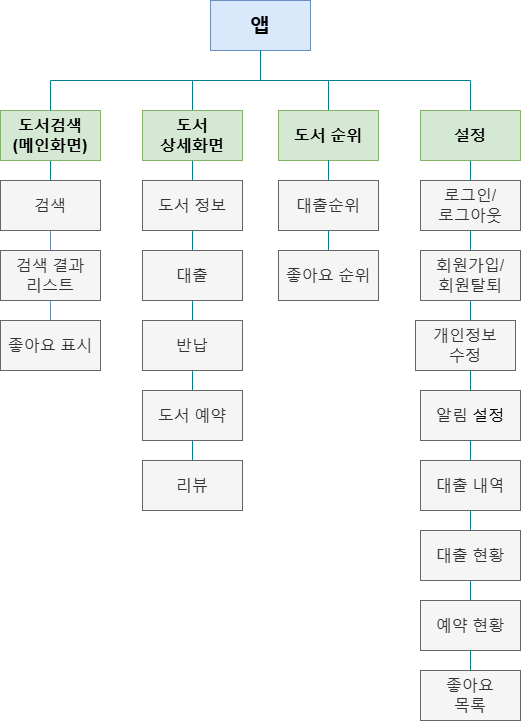
The draw.io diagram Docs/도서관리_IA.png in minjuKwon/library-app, before a commit. Source tidied: cells renumbered, new cells last; positions are measured from the earlier drawing's top-left corner, leaving out a move shared by most shapes. Its diagram source:
```xml
<mxGraphModel>
  <root>
    <mxCell id="0" />
    <mxCell id="1" parent="0" />
    <mxCell id="2" value="&lt;b&gt;&lt;font style=&quot;font-size: 20px;&quot;&gt;앱&lt;/font&gt;&lt;/b&gt;" style="rounded=0;whiteSpace=wrap;html=1;fillColor=#dae8fc;strokeColor=#6c8ebf;" parent="1" vertex="1">
      <mxGeometry x="210" width="100" height="50" as="geometry" />
    </mxCell>
    <mxCell id="3" style="edgeStyle=orthogonalEdgeStyle;rounded=0;jettySize=auto;html=1;strokeColor=#028090;fontColor=#E4FDE1;fillColor=#F45B69;endArrow=none;startFill=0;" parent="1" edge="1" source="4" target="19">
      <mxGeometry relative="1" as="geometry" />
    </mxCell>
    <mxCell id="4" value="&lt;b style=&quot;&quot;&gt;&lt;font style=&quot;font-size: 16px;&quot;&gt;도서검색&lt;br&gt;(메인화면)&lt;/font&gt;&lt;/b&gt;" style="rounded=0;whiteSpace=wrap;html=1;fillColor=#d5e8d4;strokeColor=#82b366;" parent="1" vertex="1">
      <mxGeometry y="110" width="100" height="50" as="geometry" />
    </mxCell>
    <mxCell id="5" style="edgeStyle=orthogonalEdgeStyle;rounded=0;jettySize=auto;html=1;strokeColor=#028090;fontColor=#E4FDE1;fillColor=#F45B69;endArrow=none;startFill=0;" parent="1" edge="1" source="7" target="16">
      <mxGeometry relative="1" as="geometry" />
    </mxCell>
    <mxCell id="6" style="edgeStyle=orthogonalEdgeStyle;rounded=0;jettySize=auto;html=1;strokeColor=#028090;fontColor=#E4FDE1;fillColor=#F45B69;endArrow=none;startFill=0;" parent="1" edge="1" source="7" target="2">
      <mxGeometry relative="1" as="geometry" />
    </mxCell>
    <mxCell id="7" value="&lt;span style=&quot;font-size: 16px;&quot;&gt;&lt;b&gt;도서 &lt;br&gt;상세화면&lt;/b&gt;&lt;/span&gt;" style="rounded=0;whiteSpace=wrap;html=1;fillColor=#d5e8d4;strokeColor=#82b366;" parent="1" vertex="1">
      <mxGeometry x="142" y="110" width="100" height="50" as="geometry" />
    </mxCell>
    <mxCell id="8" style="edgeStyle=orthogonalEdgeStyle;rounded=0;jettySize=auto;html=1;strokeColor=#028090;fontColor=#E4FDE1;fillColor=#F45B69;endArrow=none;startFill=0;" parent="1" edge="1" source="9" target="2">
      <mxGeometry relative="1" as="geometry" />
    </mxCell>
    <mxCell id="9" value="&lt;span style=&quot;font-size: 16px;&quot;&gt;&lt;b&gt;도서 순위&lt;/b&gt;&lt;/span&gt;" style="rounded=0;whiteSpace=wrap;html=1;fillColor=#d5e8d4;strokeColor=#82b366;" parent="1" vertex="1">
      <mxGeometry x="278" y="110" width="100" height="50" as="geometry" />
    </mxCell>
    <mxCell id="10" style="edgeStyle=orthogonalEdgeStyle;rounded=0;jettySize=auto;html=1;strokeColor=#028090;fontColor=#E4FDE1;fillColor=#F45B69;endArrow=none;startFill=0;" parent="1" edge="1" source="11">
      <mxGeometry relative="1" as="geometry">
        <mxPoint x="470" y="250" as="targetPoint" />
      </mxGeometry>
    </mxCell>
    <mxCell id="11" value="&lt;span style=&quot;font-size: 16px;&quot;&gt;&lt;b&gt;설정&lt;/b&gt;&lt;/span&gt;" style="rounded=0;whiteSpace=wrap;html=1;fillColor=#d5e8d4;strokeColor=#82b366;" parent="1" vertex="1">
      <mxGeometry x="420" y="110" width="100" height="50" as="geometry" />
    </mxCell>
    <mxCell id="12" value="&lt;span style=&quot;font-size: 16px;&quot;&gt;대출&lt;/span&gt;" style="rounded=0;whiteSpace=wrap;html=1;fillColor=#f5f5f5;fontColor=#333333;strokeColor=#666666;" parent="1" vertex="1">
      <mxGeometry x="142" y="250" width="100" height="50" as="geometry" />
    </mxCell>
    <mxCell id="13" style="edgeStyle=orthogonalEdgeStyle;rounded=0;jettySize=auto;html=1;strokeColor=#028090;fontColor=#E4FDE1;fillColor=#F45B69;endArrow=none;startFill=0;" parent="1" edge="1" source="15" target="16">
      <mxGeometry relative="1" as="geometry" />
    </mxCell>
    <mxCell id="14" style="edgeStyle=orthogonalEdgeStyle;rounded=0;jettySize=auto;html=1;strokeColor=#028090;fontColor=#E4FDE1;fillColor=#F45B69;endArrow=none;startFill=0;" parent="1" edge="1" source="15" target="17">
      <mxGeometry relative="1" as="geometry" />
    </mxCell>
    <mxCell id="15" value="&lt;span style=&quot;font-size: 16px;&quot;&gt;도서 예약&lt;/span&gt;" style="rounded=0;whiteSpace=wrap;html=1;fillColor=#f5f5f5;fontColor=#333333;strokeColor=#666666;" parent="1" vertex="1">
      <mxGeometry x="142" y="390" width="100" height="50" as="geometry" />
    </mxCell>
    <mxCell id="16" value="&lt;span style=&quot;font-size: 16px;&quot;&gt;반납&lt;/span&gt;" style="rounded=0;whiteSpace=wrap;html=1;fillColor=#f5f5f5;fontColor=#333333;strokeColor=#666666;" parent="1" vertex="1">
      <mxGeometry x="142" y="320" width="100" height="50" as="geometry" />
    </mxCell>
    <mxCell id="17" value="&lt;span style=&quot;font-size: 16px;&quot;&gt;리뷰&lt;/span&gt;" style="rounded=0;whiteSpace=wrap;html=1;fillColor=#f5f5f5;fontColor=#333333;strokeColor=#666666;" parent="1" vertex="1">
      <mxGeometry x="142" y="460" width="100" height="50" as="geometry" />
    </mxCell>
    <mxCell id="18" style="edgeStyle=orthogonalEdgeStyle;rounded=0;jettySize=auto;html=1;endArrow=none;startFill=0;fillColor=#dae8fc;strokeColor=#6c8ebf;" parent="1" edge="1" source="19" target="40">
      <mxGeometry relative="1" as="geometry" />
    </mxCell>
    <mxCell id="19" value="&lt;span style=&quot;font-size: 16px;&quot;&gt;검색&lt;/span&gt;" style="rounded=0;whiteSpace=wrap;html=1;fillColor=#f5f5f5;fontColor=#333333;strokeColor=#666666;" parent="1" vertex="1">
      <mxGeometry y="180" width="100" height="50" as="geometry" />
    </mxCell>
    <mxCell id="20" style="edgeStyle=orthogonalEdgeStyle;rounded=0;jettySize=auto;html=1;strokeColor=#028090;fontColor=#E4FDE1;fillColor=#F45B69;endArrow=none;startFill=0;" parent="1" edge="1" source="21" target="9">
      <mxGeometry relative="1" as="geometry" />
    </mxCell>
    <mxCell id="21" value="&lt;span style=&quot;font-size: 16px;&quot;&gt;대출순위&lt;/span&gt;" style="rounded=0;whiteSpace=wrap;html=1;fillColor=#f5f5f5;fontColor=#333333;strokeColor=#666666;" parent="1" vertex="1">
      <mxGeometry x="278" y="180" width="100" height="50" as="geometry" />
    </mxCell>
    <mxCell id="22" style="edgeStyle=orthogonalEdgeStyle;rounded=0;jettySize=auto;html=1;strokeColor=#028090;fontColor=#E4FDE1;fillColor=#F45B69;endArrow=none;startFill=0;" parent="1" edge="1" source="23" target="21">
      <mxGeometry relative="1" as="geometry" />
    </mxCell>
    <mxCell id="23" value="&lt;span style=&quot;font-size: 16px;&quot;&gt;좋아요 순위&lt;/span&gt;" style="rounded=0;whiteSpace=wrap;html=1;fillColor=#f5f5f5;fontColor=#333333;strokeColor=#666666;" parent="1" vertex="1">
      <mxGeometry x="278" y="250" width="100" height="50" as="geometry" />
    </mxCell>
    <mxCell id="24" value="&lt;span style=&quot;font-size: 16px;&quot;&gt;로그인/&lt;br&gt;로그아웃&lt;/span&gt;" style="rounded=0;whiteSpace=wrap;html=1;fillColor=#f5f5f5;fontColor=#333333;strokeColor=#666666;" parent="1" vertex="1">
      <mxGeometry x="420" y="180" width="100" height="50" as="geometry" />
    </mxCell>
    <mxCell id="25" style="edgeStyle=orthogonalEdgeStyle;rounded=0;jettySize=auto;html=1;strokeColor=#028090;fontColor=#E4FDE1;fillColor=#F45B69;endArrow=none;startFill=0;" parent="1" edge="1" source="26" target="28">
      <mxGeometry relative="1" as="geometry" />
    </mxCell>
    <mxCell id="26" value="&lt;span style=&quot;font-size: 16px;&quot;&gt;회원가입/&lt;br&gt;회원탈퇴&lt;/span&gt;" style="rounded=0;whiteSpace=wrap;html=1;fillColor=#f5f5f5;fontColor=#333333;strokeColor=#666666;" parent="1" vertex="1">
      <mxGeometry x="420" y="250" width="100" height="50" as="geometry" />
    </mxCell>
    <mxCell id="27" value="&lt;span style=&quot;font-size: 16px;&quot;&gt;개인정보&lt;/span&gt;&lt;div&gt;&lt;span style=&quot;font-size: 16px;&quot;&gt;수정&lt;/span&gt;&lt;/div&gt;" style="rounded=0;whiteSpace=wrap;html=1;fillColor=#f5f5f5;fontColor=#333333;strokeColor=#666666;" parent="1" vertex="1">
      <mxGeometry x="415" y="320" width="100" height="50" as="geometry" />
    </mxCell>
    <mxCell id="28" value="&lt;span style=&quot;font-size: 16px;&quot;&gt;알림&amp;nbsp;&lt;/span&gt;&lt;span style=&quot;font-size: 16px; background-color: transparent; color: light-dark(rgb(0, 0, 0), rgb(255, 255, 255));&quot;&gt;설정&lt;/span&gt;" style="rounded=0;whiteSpace=wrap;html=1;fillColor=#f5f5f5;fontColor=#333333;strokeColor=#666666;" parent="1" vertex="1">
      <mxGeometry x="420" y="390" width="100" height="50" as="geometry" />
    </mxCell>
    <mxCell id="29" style="edgeStyle=orthogonalEdgeStyle;rounded=0;jettySize=auto;html=1;strokeColor=#028090;fontColor=#E4FDE1;fillColor=#F45B69;endArrow=none;startFill=0;" parent="1" edge="1" source="31" target="28">
      <mxGeometry relative="1" as="geometry" />
    </mxCell>
    <mxCell id="30" style="edgeStyle=orthogonalEdgeStyle;rounded=0;jettySize=auto;html=1;strokeColor=#028090;fontColor=#E4FDE1;fillColor=#F45B69;endArrow=none;startFill=0;" parent="1" edge="1" source="31" target="33">
      <mxGeometry relative="1" as="geometry" />
    </mxCell>
    <mxCell id="31" value="&lt;span style=&quot;font-size: 16px;&quot;&gt;대출 내역&lt;/span&gt;" style="rounded=0;whiteSpace=wrap;html=1;fillColor=#f5f5f5;fontColor=#333333;strokeColor=#666666;" parent="1" vertex="1">
      <mxGeometry x="420" y="460" width="100" height="50" as="geometry" />
    </mxCell>
    <mxCell id="32" value="&lt;span style=&quot;font-size: 16px;&quot;&gt;대출 현황&lt;/span&gt;" style="rounded=0;whiteSpace=wrap;html=1;fillColor=#f5f5f5;fontColor=#333333;strokeColor=#666666;" parent="1" vertex="1">
      <mxGeometry x="420" y="530" width="100" height="50" as="geometry" />
    </mxCell>
    <mxCell id="33" value="&lt;span style=&quot;font-size: 16px;&quot;&gt;예약 현황&lt;/span&gt;" style="rounded=0;whiteSpace=wrap;html=1;fillColor=#f5f5f5;fontColor=#333333;strokeColor=#666666;" parent="1" vertex="1">
      <mxGeometry x="420" y="600" width="100" height="50" as="geometry" />
    </mxCell>
    <mxCell id="34" style="edgeStyle=orthogonalEdgeStyle;rounded=0;jettySize=auto;html=1;strokeColor=#028090;fontColor=#E4FDE1;fillColor=#F45B69;endArrow=none;startFill=0;" parent="1" edge="1" source="35" target="33">
      <mxGeometry relative="1" as="geometry" />
    </mxCell>
    <mxCell id="35" value="&lt;span style=&quot;font-size: 16px;&quot;&gt;좋아요 &lt;br&gt;목록&lt;/span&gt;" style="rounded=0;whiteSpace=wrap;html=1;fillColor=#f5f5f5;fontColor=#333333;strokeColor=#666666;" parent="1" vertex="1">
      <mxGeometry x="420" y="670" width="100" height="50" as="geometry" />
    </mxCell>
    <mxCell id="36" style="endArrow=none;html=1;rounded=0;strokeColor=#028090;fontColor=#E4FDE1;fillColor=#F45B69;" parent="1" edge="1">
      <mxGeometry relative="1" as="geometry">
        <mxPoint x="50" y="80" as="sourcePoint" />
        <mxPoint x="470" y="80" as="targetPoint" />
      </mxGeometry>
    </mxCell>
    <mxCell id="37" style="endArrow=none;html=1;rounded=0;strokeColor=#028090;fontColor=#E4FDE1;fillColor=#F45B69;exitX=0.5;exitY=0;exitDx=0;exitDy=0;" parent="1" edge="1" source="4">
      <mxGeometry relative="1" as="geometry">
        <mxPoint x="50" y="80" as="targetPoint" />
      </mxGeometry>
    </mxCell>
    <mxCell id="38" style="endArrow=none;html=1;rounded=0;strokeColor=#028090;fontColor=#E4FDE1;fillColor=#F45B69;entryX=0.5;entryY=0;entryDx=0;entryDy=0;" parent="1" edge="1" target="11">
      <mxGeometry relative="1" as="geometry">
        <mxPoint x="470" y="80" as="sourcePoint" />
      </mxGeometry>
    </mxCell>
    <mxCell id="39" value="&lt;span style=&quot;font-size: 16px;&quot;&gt;검색 결과 &lt;br&gt;리스트&lt;/span&gt;" style="rounded=0;whiteSpace=wrap;html=1;fillColor=#f5f5f5;fontColor=#333333;strokeColor=#666666;" parent="1" vertex="1">
      <mxGeometry y="250" width="100" height="50" as="geometry" />
    </mxCell>
    <mxCell id="40" value="&lt;span style=&quot;font-size: 16px;&quot;&gt;좋아요 표시&lt;/span&gt;" style="rounded=0;whiteSpace=wrap;html=1;fillColor=#f5f5f5;fontColor=#333333;strokeColor=#666666;" parent="1" vertex="1">
      <mxGeometry y="320" width="100" height="50" as="geometry" />
    </mxCell>
    <mxCell id="41" value="&lt;span style=&quot;font-size: 16px;&quot;&gt;도서 정보&lt;/span&gt;" style="rounded=0;whiteSpace=wrap;html=1;fillColor=#f5f5f5;fontColor=#333333;strokeColor=#666666;" parent="1" vertex="1">
      <mxGeometry x="142" y="180" width="100" height="50" as="geometry" />
    </mxCell>
  </root>
</mxGraphModel>
```
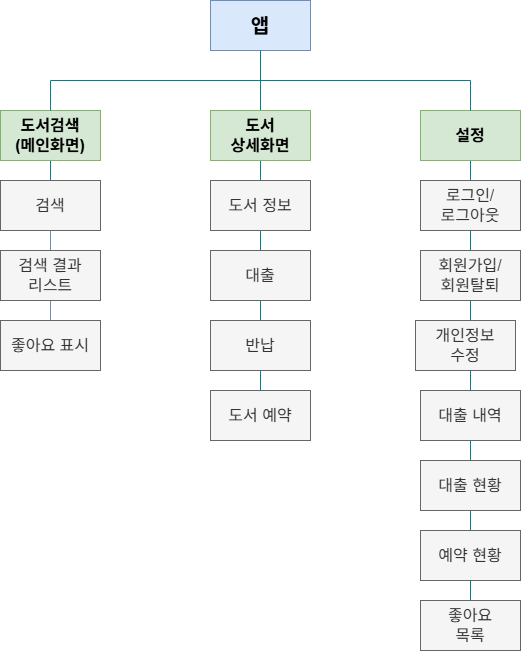
The same file after the commit.

The edit, as a diff of the source:
```diff
@@ -18,14 +18,8 @@
       <mxGeometry relative="1" as="geometry" />
     </mxCell>
     <mxCell id="7" value="&lt;span style=&quot;font-size: 16px;&quot;&gt;&lt;b&gt;도서 &lt;br&gt;상세화면&lt;/b&gt;&lt;/span&gt;" style="rounded=0;whiteSpace=wrap;html=1;fillColor=#d5e8d4;strokeColor=#82b366;" parent="1" vertex="1">
-      <mxGeometry x="142" y="110" width="100" height="50" as="geometry" />
+      <mxGeometry x="210" y="110" width="100" height="50" as="geometry" />
     </mxCell>
-    <mxCell id="8" style="edgeStyle=orthogonalEdgeStyle;rounded=0;jettySize=auto;html=1;strokeColor=#028090;fontColor=#E4FDE1;fillColor=#F45B69;endArrow=none;startFill=0;" parent="1" edge="1" source="9" target="2">
-      <mxGeometry relative="1" as="geometry" />
-    </mxCell>
-    <mxCell id="9" value="&lt;span style=&quot;font-size: 16px;&quot;&gt;&lt;b&gt;도서 순위&lt;/b&gt;&lt;/span&gt;" style="rounded=0;whiteSpace=wrap;html=1;fillColor=#d5e8d4;strokeColor=#82b366;" parent="1" vertex="1">
-      <mxGeometry x="278" y="110" width="100" height="50" as="geometry" />
-    </mxCell>
     <mxCell id="10" style="edgeStyle=orthogonalEdgeStyle;rounded=0;jettySize=auto;html=1;strokeColor=#028090;fontColor=#E4FDE1;fillColor=#F45B69;endArrow=none;startFill=0;" parent="1" edge="1" source="11">
       <mxGeometry relative="1" as="geometry">
         <mxPoint x="470" y="250" as="targetPoint" />
@@ -35,46 +29,30 @@
       <mxGeometry x="420" y="110" width="100" height="50" as="geometry" />
     </mxCell>
     <mxCell id="12" value="&lt;span style=&quot;font-size: 16px;&quot;&gt;대출&lt;/span&gt;" style="rounded=0;whiteSpace=wrap;html=1;fillColor=#f5f5f5;fontColor=#333333;strokeColor=#666666;" parent="1" vertex="1">
-      <mxGeometry x="142" y="250" width="100" height="50" as="geometry" />
+      <mxGeometry x="210" y="250" width="100" height="50" as="geometry" />
     </mxCell>
     <mxCell id="13" style="edgeStyle=orthogonalEdgeStyle;rounded=0;jettySize=auto;html=1;strokeColor=#028090;fontColor=#E4FDE1;fillColor=#F45B69;endArrow=none;startFill=0;" parent="1" edge="1" source="15" target="16">
       <mxGeometry relative="1" as="geometry" />
     </mxCell>
-    <mxCell id="14" style="edgeStyle=orthogonalEdgeStyle;rounded=0;jettySize=auto;html=1;strokeColor=#028090;fontColor=#E4FDE1;fillColor=#F45B69;endArrow=none;startFill=0;" parent="1" edge="1" source="15" target="17">
-      <mxGeometry relative="1" as="geometry" />
-    </mxCell>
     <mxCell id="15" value="&lt;span style=&quot;font-size: 16px;&quot;&gt;도서 예약&lt;/span&gt;" style="rounded=0;whiteSpace=wrap;html=1;fillColor=#f5f5f5;fontColor=#333333;strokeColor=#666666;" parent="1" vertex="1">
-      <mxGeometry x="142" y="390" width="100" height="50" as="geometry" />
+      <mxGeometry x="210" y="390" width="100" height="50" as="geometry" />
     </mxCell>
     <mxCell id="16" value="&lt;span style=&quot;font-size: 16px;&quot;&gt;반납&lt;/span&gt;" style="rounded=0;whiteSpace=wrap;html=1;fillColor=#f5f5f5;fontColor=#333333;strokeColor=#666666;" parent="1" vertex="1">
-      <mxGeometry x="142" y="320" width="100" height="50" as="geometry" />
+      <mxGeometry x="210" y="320" width="100" height="50" as="geometry" />
     </mxCell>
-    <mxCell id="17" value="&lt;span style=&quot;font-size: 16px;&quot;&gt;리뷰&lt;/span&gt;" style="rounded=0;whiteSpace=wrap;html=1;fillColor=#f5f5f5;fontColor=#333333;strokeColor=#666666;" parent="1" vertex="1">
-      <mxGeometry x="142" y="460" width="100" height="50" as="geometry" />
-    </mxCell>
     <mxCell id="18" style="edgeStyle=orthogonalEdgeStyle;rounded=0;jettySize=auto;html=1;endArrow=none;startFill=0;fillColor=#dae8fc;strokeColor=#6c8ebf;" parent="1" edge="1" source="19" target="40">
       <mxGeometry relative="1" as="geometry" />
     </mxCell>
     <mxCell id="19" value="&lt;span style=&quot;font-size: 16px;&quot;&gt;검색&lt;/span&gt;" style="rounded=0;whiteSpace=wrap;html=1;fillColor=#f5f5f5;fontColor=#333333;strokeColor=#666666;" parent="1" vertex="1">
       <mxGeometry y="180" width="100" height="50" as="geometry" />
     </mxCell>
-    <mxCell id="20" style="edgeStyle=orthogonalEdgeStyle;rounded=0;jettySize=auto;html=1;strokeColor=#028090;fontColor=#E4FDE1;fillColor=#F45B69;endArrow=none;startFill=0;" parent="1" edge="1" source="21" target="9">
-      <mxGeometry relative="1" as="geometry" />
-    </mxCell>
-    <mxCell id="21" value="&lt;span style=&quot;font-size: 16px;&quot;&gt;대출순위&lt;/span&gt;" style="rounded=0;whiteSpace=wrap;html=1;fillColor=#f5f5f5;fontColor=#333333;strokeColor=#666666;" parent="1" vertex="1">
-      <mxGeometry x="278" y="180" width="100" height="50" as="geometry" />
-    </mxCell>
-    <mxCell id="22" style="edgeStyle=orthogonalEdgeStyle;rounded=0;jettySize=auto;html=1;strokeColor=#028090;fontColor=#E4FDE1;fillColor=#F45B69;endArrow=none;startFill=0;" parent="1" edge="1" source="23" target="21">
-      <mxGeometry relative="1" as="geometry" />
-    </mxCell>
-    <mxCell id="23" value="&lt;span style=&quot;font-size: 16px;&quot;&gt;좋아요 순위&lt;/span&gt;" style="rounded=0;whiteSpace=wrap;html=1;fillColor=#f5f5f5;fontColor=#333333;strokeColor=#666666;" parent="1" vertex="1">
-      <mxGeometry x="278" y="250" width="100" height="50" as="geometry" />
-    </mxCell>
     <mxCell id="24" value="&lt;span style=&quot;font-size: 16px;&quot;&gt;로그인/&lt;br&gt;로그아웃&lt;/span&gt;" style="rounded=0;whiteSpace=wrap;html=1;fillColor=#f5f5f5;fontColor=#333333;strokeColor=#666666;" parent="1" vertex="1">
       <mxGeometry x="420" y="180" width="100" height="50" as="geometry" />
     </mxCell>
-    <mxCell id="25" style="edgeStyle=orthogonalEdgeStyle;rounded=0;jettySize=auto;html=1;strokeColor=#028090;fontColor=#E4FDE1;fillColor=#F45B69;endArrow=none;startFill=0;" parent="1" edge="1" source="26" target="28">
-      <mxGeometry relative="1" as="geometry" />
+    <mxCell id="25" style="edgeStyle=orthogonalEdgeStyle;rounded=0;jettySize=auto;html=1;strokeColor=#028090;fontColor=#E4FDE1;fillColor=#F45B69;endArrow=none;startFill=0;" parent="1" edge="1" source="26">
+      <mxGeometry relative="1" as="geometry">
+        <mxPoint x="470" y="390" as="targetPoint" />
+      </mxGeometry>
     </mxCell>
     <mxCell id="26" value="&lt;span style=&quot;font-size: 16px;&quot;&gt;회원가입/&lt;br&gt;회원탈퇴&lt;/span&gt;" style="rounded=0;whiteSpace=wrap;html=1;fillColor=#f5f5f5;fontColor=#333333;strokeColor=#666666;" parent="1" vertex="1">
       <mxGeometry x="420" y="250" width="100" height="50" as="geometry" />
@@ -82,29 +60,23 @@
     <mxCell id="27" value="&lt;span style=&quot;font-size: 16px;&quot;&gt;개인정보&lt;/span&gt;&lt;div&gt;&lt;span style=&quot;font-size: 16px;&quot;&gt;수정&lt;/span&gt;&lt;/div&gt;" style="rounded=0;whiteSpace=wrap;html=1;fillColor=#f5f5f5;fontColor=#333333;strokeColor=#666666;" parent="1" vertex="1">
       <mxGeometry x="415" y="320" width="100" height="50" as="geometry" />
     </mxCell>
-    <mxCell id="28" value="&lt;span style=&quot;font-size: 16px;&quot;&gt;알림&amp;nbsp;&lt;/span&gt;&lt;span style=&quot;font-size: 16px; background-color: transparent; color: light-dark(rgb(0, 0, 0), rgb(255, 255, 255));&quot;&gt;설정&lt;/span&gt;" style="rounded=0;whiteSpace=wrap;html=1;fillColor=#f5f5f5;fontColor=#333333;strokeColor=#666666;" parent="1" vertex="1">
-      <mxGeometry x="420" y="390" width="100" height="50" as="geometry" />
-    </mxCell>
-    <mxCell id="29" style="edgeStyle=orthogonalEdgeStyle;rounded=0;jettySize=auto;html=1;strokeColor=#028090;fontColor=#E4FDE1;fillColor=#F45B69;endArrow=none;startFill=0;" parent="1" edge="1" source="31" target="28">
-      <mxGeometry relative="1" as="geometry" />
-    </mxCell>
     <mxCell id="30" style="edgeStyle=orthogonalEdgeStyle;rounded=0;jettySize=auto;html=1;strokeColor=#028090;fontColor=#E4FDE1;fillColor=#F45B69;endArrow=none;startFill=0;" parent="1" edge="1" source="31" target="33">
       <mxGeometry relative="1" as="geometry" />
     </mxCell>
     <mxCell id="31" value="&lt;span style=&quot;font-size: 16px;&quot;&gt;대출 내역&lt;/span&gt;" style="rounded=0;whiteSpace=wrap;html=1;fillColor=#f5f5f5;fontColor=#333333;strokeColor=#666666;" parent="1" vertex="1">
-      <mxGeometry x="420" y="460" width="100" height="50" as="geometry" />
+      <mxGeometry x="420" y="390" width="100" height="50" as="geometry" />
     </mxCell>
     <mxCell id="32" value="&lt;span style=&quot;font-size: 16px;&quot;&gt;대출 현황&lt;/span&gt;" style="rounded=0;whiteSpace=wrap;html=1;fillColor=#f5f5f5;fontColor=#333333;strokeColor=#666666;" parent="1" vertex="1">
-      <mxGeometry x="420" y="530" width="100" height="50" as="geometry" />
+      <mxGeometry x="420" y="460" width="100" height="50" as="geometry" />
     </mxCell>
     <mxCell id="33" value="&lt;span style=&quot;font-size: 16px;&quot;&gt;예약 현황&lt;/span&gt;" style="rounded=0;whiteSpace=wrap;html=1;fillColor=#f5f5f5;fontColor=#333333;strokeColor=#666666;" parent="1" vertex="1">
-      <mxGeometry x="420" y="600" width="100" height="50" as="geometry" />
+      <mxGeometry x="420" y="530" width="100" height="50" as="geometry" />
     </mxCell>
     <mxCell id="34" style="edgeStyle=orthogonalEdgeStyle;rounded=0;jettySize=auto;html=1;strokeColor=#028090;fontColor=#E4FDE1;fillColor=#F45B69;endArrow=none;startFill=0;" parent="1" edge="1" source="35" target="33">
       <mxGeometry relative="1" as="geometry" />
     </mxCell>
     <mxCell id="35" value="&lt;span style=&quot;font-size: 16px;&quot;&gt;좋아요 &lt;br&gt;목록&lt;/span&gt;" style="rounded=0;whiteSpace=wrap;html=1;fillColor=#f5f5f5;fontColor=#333333;strokeColor=#666666;" parent="1" vertex="1">
-      <mxGeometry x="420" y="670" width="100" height="50" as="geometry" />
+      <mxGeometry x="420" y="600" width="100" height="50" as="geometry" />
     </mxCell>
     <mxCell id="36" style="endArrow=none;html=1;rounded=0;strokeColor=#028090;fontColor=#E4FDE1;fillColor=#F45B69;" parent="1" edge="1">
       <mxGeometry relative="1" as="geometry">
@@ -129,7 +101,7 @@
       <mxGeometry y="320" width="100" height="50" as="geometry" />
     </mxCell>
     <mxCell id="41" value="&lt;span style=&quot;font-size: 16px;&quot;&gt;도서 정보&lt;/span&gt;" style="rounded=0;whiteSpace=wrap;html=1;fillColor=#f5f5f5;fontColor=#333333;strokeColor=#666666;" parent="1" vertex="1">
-      <mxGeometry x="142" y="180" width="100" height="50" as="geometry" />
+      <mxGeometry x="210" y="180" width="100" height="50" as="geometry" />
     </mxCell>
   </root>
 </mxGraphModel>
```
